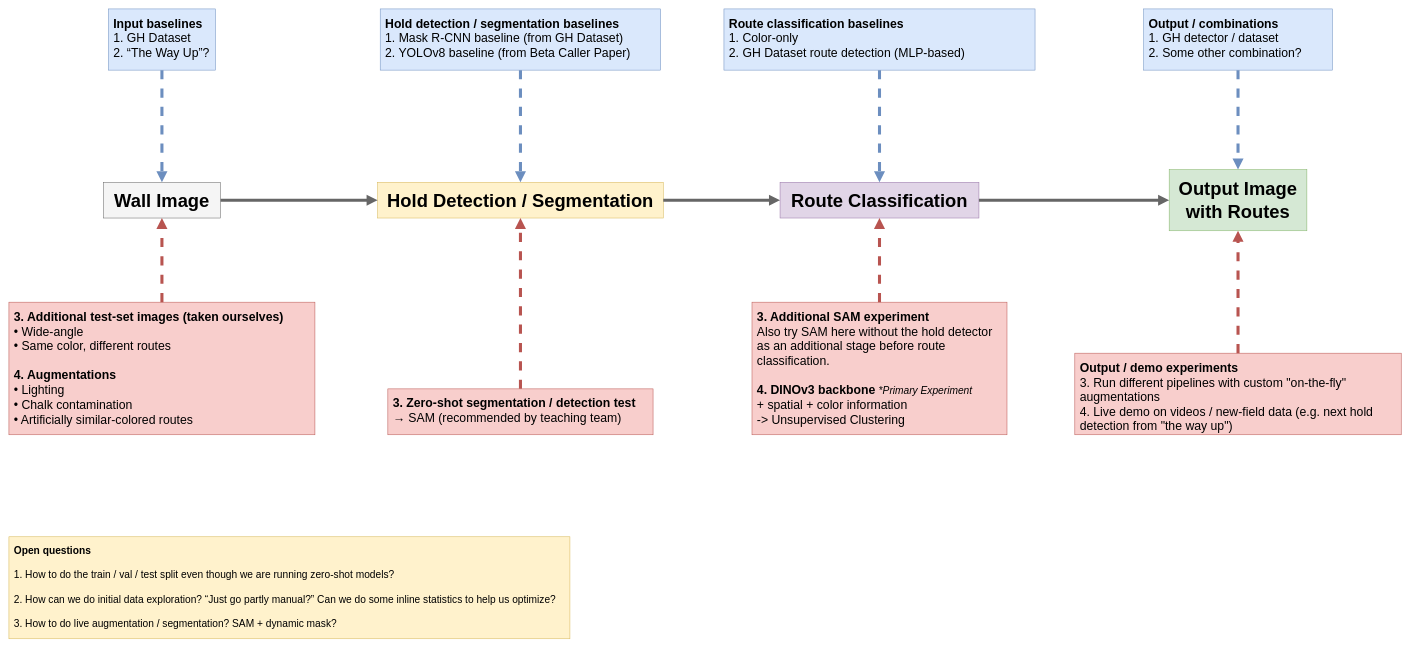
Before: docs/diagrams/spec_experiment_pipeline.drawio in mac-edmondson/zero-shot-route-segmentation, a draw.io diagram. Source tidied: cells renumbered, new cells numbered last; positions are measured from the earlier drawing's top-left corner, leaving out a move shared by most shapes. Both pictures are drawn from the tidied source at 51%, with x=0, y=0 at pixel (9, 9).
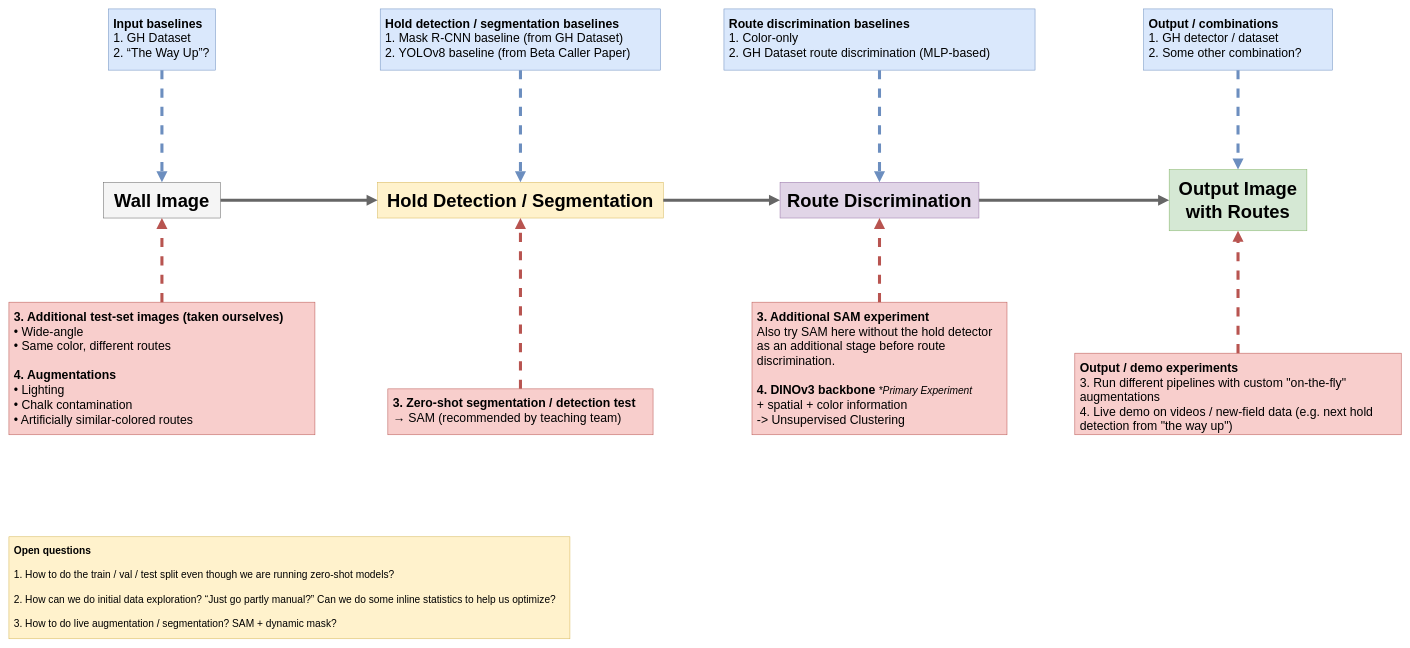
The same diagram, later.

Diff of the diagram source:
```diff
@@
-    <mxCell id="4" value="&lt;b&gt;Route classification baselines&lt;/b&gt;&lt;br&gt;1. Color-only&lt;br&gt;2. GH Dataset route detection (MLP-based)" style="rounded=0;whiteSpace=wrap;html=1;fillColor=#dae8fc;strokeColor=#6c8ebf;fontSize=24;align=left;verticalAlign=top;spacing=10;fontFamily=Helvetica;fontColor=default;" parent="1" vertex="1">
+    <mxCell id="4" value="&lt;b&gt;Route discrimination baselines&lt;/b&gt;&lt;br&gt;1. Color-only&lt;br&gt;2. GH Dataset route discrimination (MLP-based)" style="rounded=0;whiteSpace=wrap;html=1;fillColor=#dae8fc;strokeColor=#6c8ebf;fontSize=24;align=left;verticalAlign=top;spacing=10;fontFamily=Helvetica;fontColor=default;" parent="1" vertex="1">
       <mxGeometry x="1402" width="610" height="120" as="geometry" />
     </mxCell>
@@
-    <mxCell id="8" value="&lt;b&gt;&lt;font style=&quot;font-size: 36px;&quot;&gt;Route Classification&lt;/font&gt;&lt;/b&gt;" style="rounded=0;whiteSpace=wrap;html=1;fillColor=#e1d5e7;strokeColor=#9673a6;fontSize=19;align=center;verticalAlign=middle;spacing=10;" parent="1" vertex="1">
+    <mxCell id="8" value="&lt;b&gt;&lt;font style=&quot;font-size: 36px;&quot;&gt;Route Discrimination&lt;/font&gt;&lt;/b&gt;" style="rounded=0;whiteSpace=wrap;html=1;fillColor=#e1d5e7;strokeColor=#9673a6;fontSize=19;align=center;verticalAlign=middle;spacing=10;" parent="1" vertex="1">
       <mxGeometry x="1512" y="340" width="390" height="70" as="geometry" />
     </mxCell>
@@
-    <mxCell id="19" value="&lt;b&gt;3. Additional SAM experiment&lt;/b&gt;&lt;br&gt;Also try SAM here without the hold detector as an additional stage before route classification.&lt;br&gt;&lt;br&gt;&lt;b&gt;4. DINOv3 backbone &lt;/b&gt;&lt;i style=&quot;&quot;&gt;&lt;font style=&quot;font-size: 20px;&quot;&gt;*Primary Experiment&lt;/font&gt;&lt;/i&gt;&lt;br&gt;+ spatial + color information&amp;nbsp;&lt;div&gt;-&amp;gt; Unsupervised Clustering&lt;/div&gt;" style="rounded=0;whiteSpace=wrap;html=1;fillColor=#f8cecc;strokeColor=#b85450;fontSize=24;align=left;verticalAlign=top;spacing=10;" parent="1" vertex="1">
+    <mxCell id="19" value="&lt;b&gt;3. Additional SAM experiment&lt;/b&gt;&lt;br&gt;Also try SAM here without the hold detector as an additional stage before route discrimination.&lt;br&gt;&lt;br&gt;&lt;b&gt;4. DINOv3 backbone &lt;/b&gt;&lt;i style=&quot;&quot;&gt;&lt;font style=&quot;font-size: 20px;&quot;&gt;*Primary Experiment&lt;/font&gt;&lt;/i&gt;&lt;br&gt;+ spatial + color information&amp;nbsp;&lt;div&gt;-&amp;gt; Unsupervised Clustering&lt;/div&gt;" style="rounded=0;whiteSpace=wrap;html=1;fillColor=#f8cecc;strokeColor=#b85450;fontSize=24;align=left;verticalAlign=top;spacing=10;" parent="1" vertex="1">
       <mxGeometry x="1457" y="575" width="500" height="260" as="geometry" />
     </mxCell>
```
